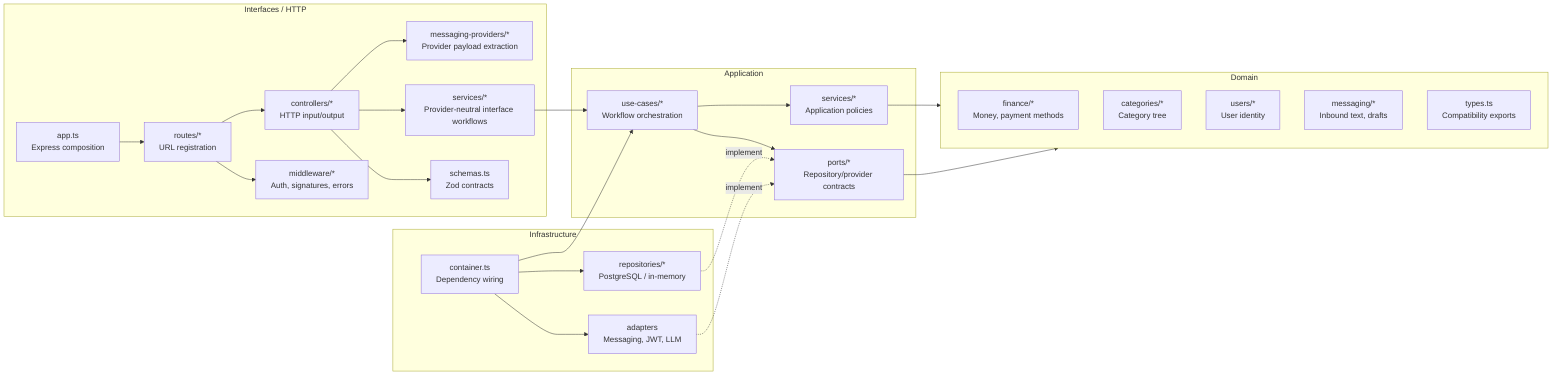
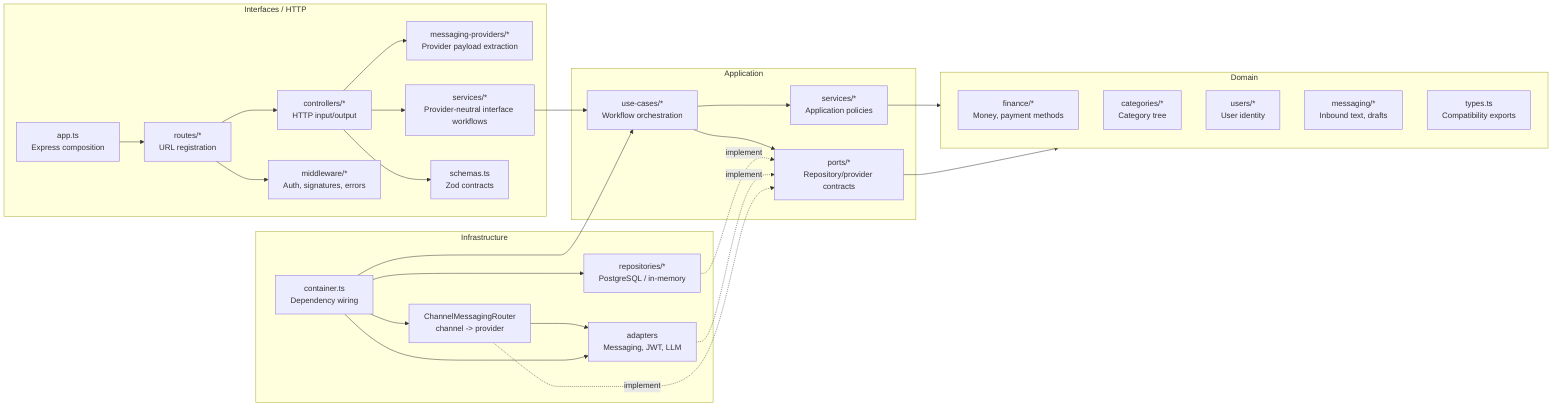
flowchart LR
  subgraph Interfaces["Interfaces / HTTP"]
    App["app.ts<br/>Express composition"]
    Routes["routes/*<br/>URL registration"]
    Controllers["controllers/*<br/>HTTP input/output"]
    Extractors["messaging-providers/*<br/>Provider payload extraction"]
    InterfaceServices["services/*<br/>Provider-neutral interface workflows"]
    Middleware["middleware/*<br/>Auth, signatures, errors"]
    Schemas["schemas.ts<br/>Zod contracts"]
  end

  subgraph Application["Application"]
    UseCases["use-cases/*<br/>Workflow orchestration"]
    Services["services/*<br/>Application policies"]
    Ports["ports/*<br/>Repository/provider contracts"]
  end

  subgraph Domain["Domain"]
    Finance["finance/*<br/>Money, payment methods"]
    Categories["categories/*<br/>Category tree"]
    Users["users/*<br/>User identity"]
    Messaging["messaging/*<br/>Inbound text, drafts"]
    Types["types.ts<br/>Compatibility exports"]
  end

  subgraph Infrastructure["Infrastructure"]
    Repositories["repositories/*<br/>PostgreSQL / in-memory"]
    Providers["adapters<br/>Messaging, JWT, LLM"]
+     Router["ChannelMessagingRouter<br/>channel -> provider"]
    Container["container.ts<br/>Dependency wiring"]
  end

  App --> Routes
  Routes --> Controllers
  Routes --> Middleware
  Controllers --> Extractors
  Controllers --> Schemas
  Controllers --> InterfaceServices
  InterfaceServices --> UseCases
  UseCases --> Services
  UseCases --> Ports
  Services --> Domain
  Ports --> Domain
  Repositories -. implement .-> Ports
  Providers -. implement .-> Ports
+   Router -. implement .-> Ports
+   Router --> Providers
  Container --> Repositories
  Container --> Providers
+   Container --> Router
  Container --> UseCases
